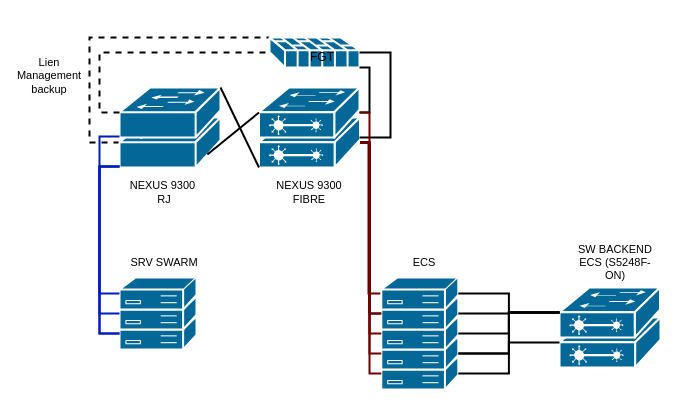
titiuv24/diagrammes keeps this draw.io diagram as schémabaiemarseille.drawio. Above is the earlier version. Source tidied: cells renumbered, new cells numbered last; positions are measured from the earlier drawing's top-left corner, leaving out a move shared by most shapes. Both pictures are drawn from the tidied source at 100%, with x=0, y=0 at pixel (19, 37).
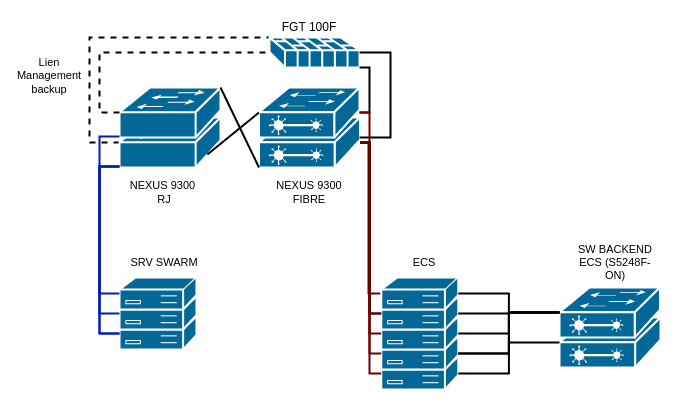
After the change.

Commit message:
Mettre à jour schémabaiemarseille.drawio

The edit, as a diff of the source:
```diff
@@
-    <mxCell id="8" value="FGT" style="text;html=1;whiteSpace=wrap;strokeColor=none;fillColor=none;align=center;verticalAlign=middle;rounded=0;" parent="1" vertex="1">
-      <mxGeometry x="273" y="10" width="60" height="20" as="geometry" />
+    <mxCell id="8" value="FGT 100F" style="text;html=1;whiteSpace=wrap;strokeColor=none;fillColor=none;align=center;verticalAlign=middle;rounded=0;" parent="1" vertex="1">
+      <mxGeometry x="260" y="-20" width="60" height="20" as="geometry" />
     </mxCell>
```
